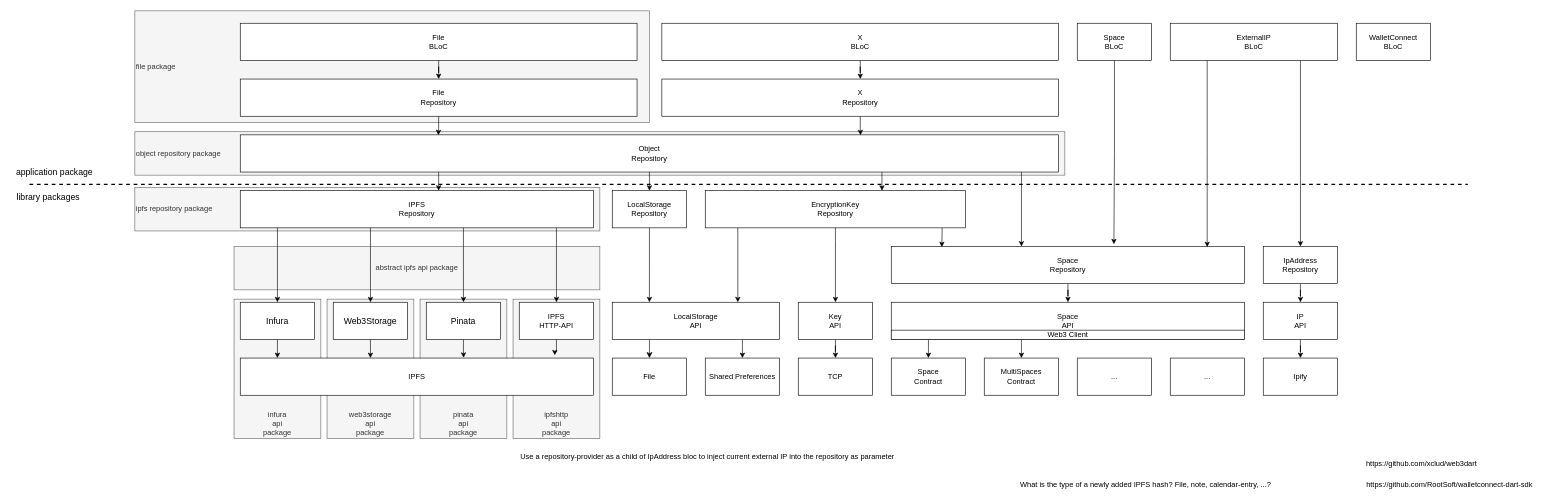
Before: page "Architecture - Mobile" (1 of 9) of Architecture.drawio in sebastian-kanz/MultiSpaces, a draw.io diagram. Source tidied: cells renumbered, new cells numbered last; positions are measured from the earlier drawing's top-left corner, leaving out a move shared by most shapes. Both pictures are drawn from the tidied source at 62%, with x=0, y=0 at pixel (11, 11).
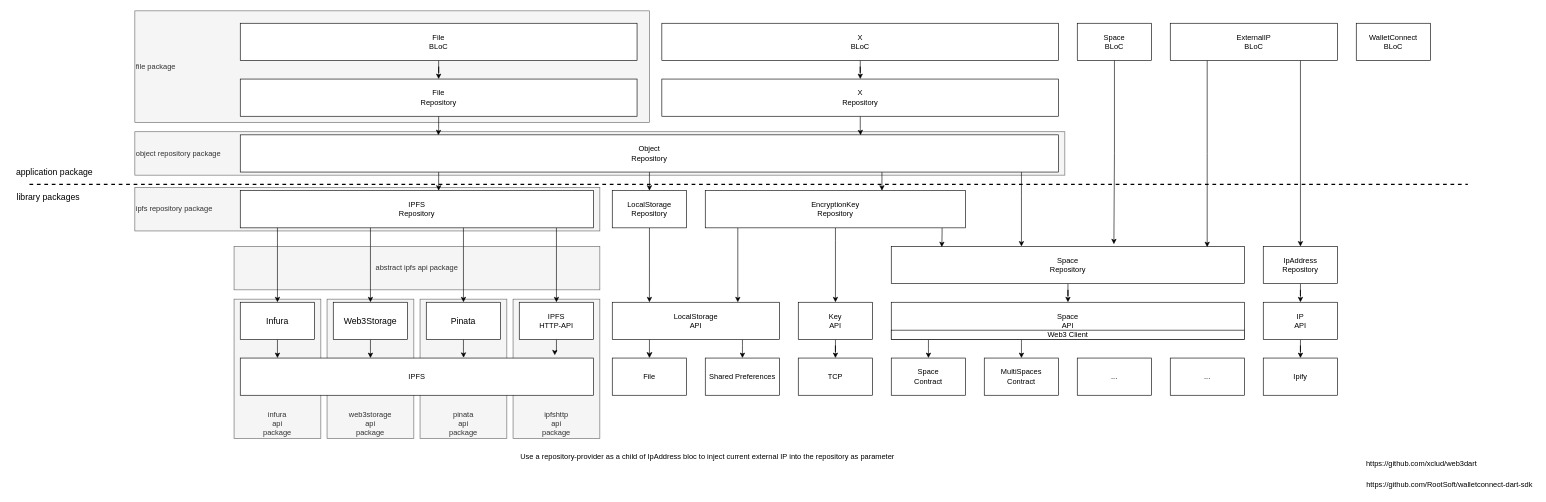
After the change.

Diff of the diagram source:
```diff
@@
-    <mxCell id="63" value="What is the type of a newly added IPFS hash? File, note, calendar-entry, ...?" style="text;html=1;align=center;verticalAlign=middle;strokeColor=none;fillColor=none;" parent="1" vertex="1">
-      <mxGeometry x="1620" y="755" width="420" height="20" as="geometry" />
-    </mxCell>
```
